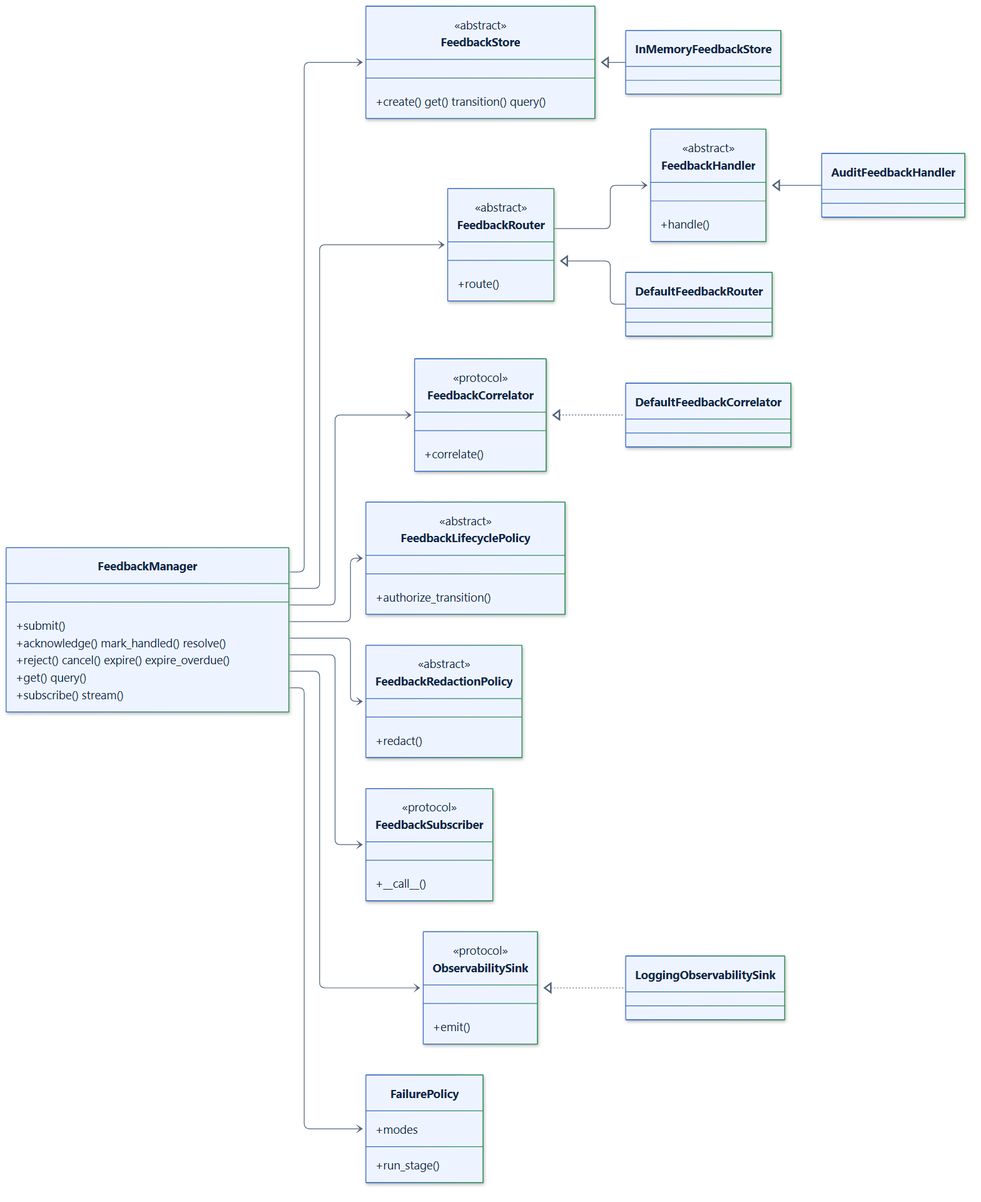
The Mermaid diagram docs/assets/diagrams/extension-points.png in smuniharish/feedback-manager, before a commit. Its source is kept beside it as diagrams/extension-points.mmd.
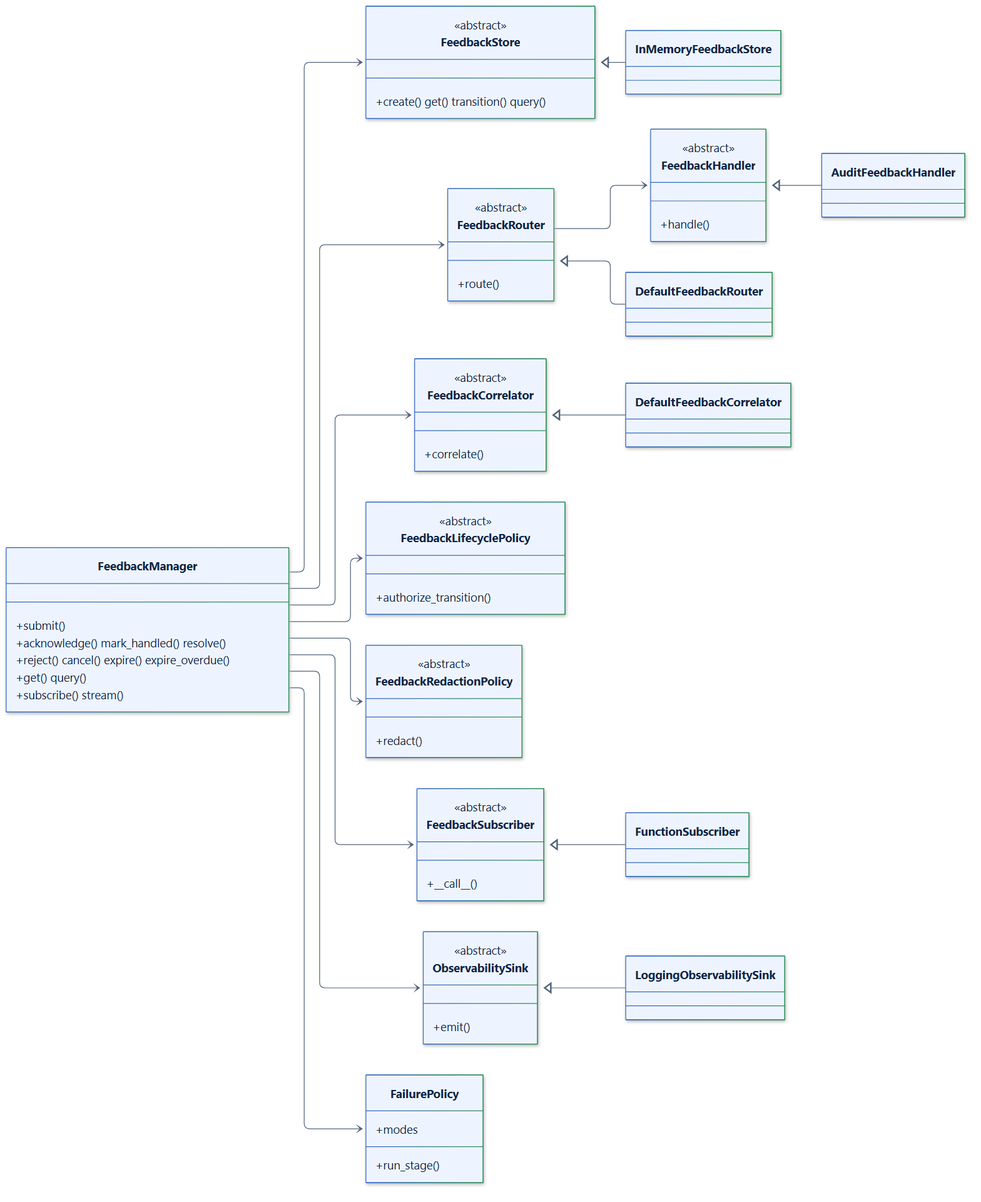
The same diagram one commit later.

The edit, as a diff of the source:
```diff
@@ -28,15 +28,15 @@
         +redact()
     }
     class FeedbackCorrelator {
-        <<protocol>>
+        <<abstract>>
         +correlate()
     }
     class FeedbackSubscriber {
-        <<protocol>>
+        <<abstract>>
         +#95;#95;call#95;#95;()
     }
     class ObservabilitySink {
-        <<protocol>>
+        <<abstract>>
         +emit()
     }
     class FailurePolicy {
@@ -55,5 +55,6 @@
     FeedbackStore <|-- InMemoryFeedbackStore
     FeedbackRouter <|-- DefaultFeedbackRouter
     FeedbackHandler <|-- AuditFeedbackHandler
-    FeedbackCorrelator <|.. DefaultFeedbackCorrelator
-    ObservabilitySink <|.. LoggingObservabilitySink
+    FeedbackCorrelator <|-- DefaultFeedbackCorrelator
+    ObservabilitySink <|-- LoggingObservabilitySink
+    FeedbackSubscriber <|-- FunctionSubscriber
```
